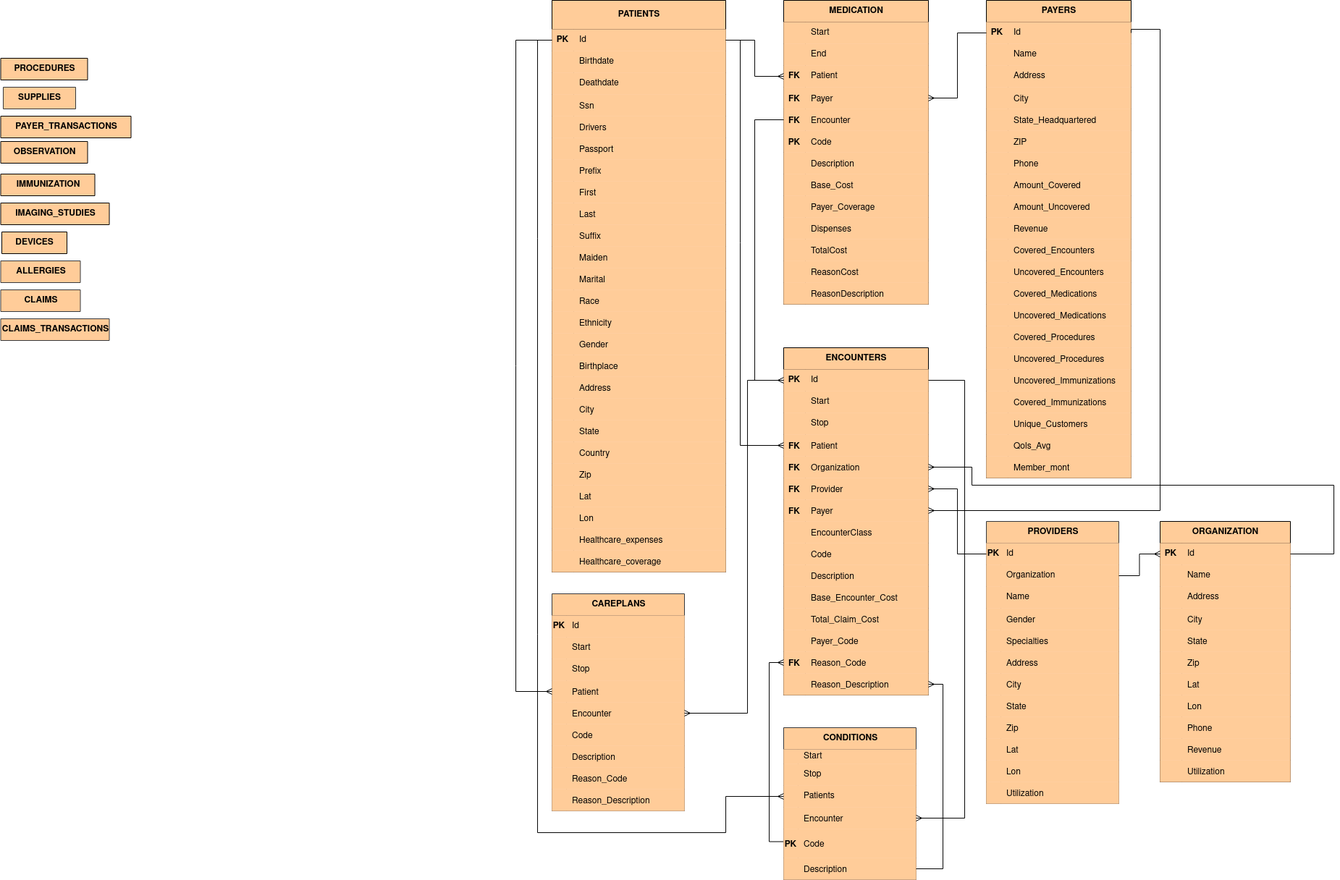
Above: BigDataProject.drawio.png in UtsuroNoArashi/BigDataProject (draw.io), before the change. Source tidied: cells renumbered, new cells last; positions are measured from the earlier drawing's top-left corner, leaving out a move shared by most shapes.
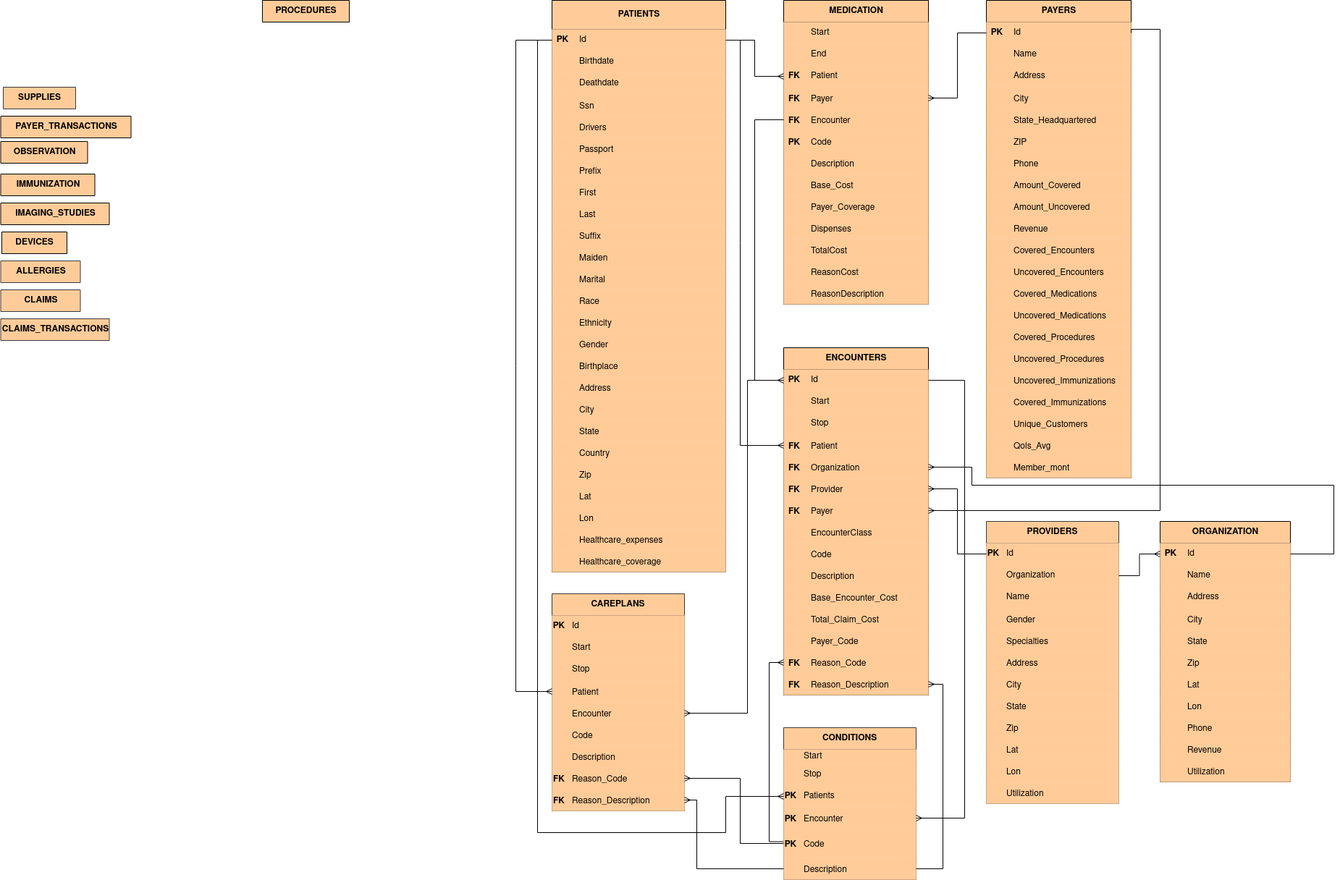
Above is the later version.

Change to the diagram source:
```diff
@@ -120,7 +120,7 @@
       <mxGeometry x="0.5" y="360" width="110" height="30" as="geometry" />
     </mxCell>
     <mxCell id="41" value="&lt;div&gt;PROCEDURES&lt;/div&gt;" style="shape=table;startSize=30;rowLines=0;fontStyle=1;align=center;html=1;fillColor=light-dark(#FFCC99,#B98351);strokeColor=default;fontColor=light-dark(#000000,#000000);" parent="1" vertex="1" collapsed="1">
-      <mxGeometry x="0.5" y="80" width="120" height="30" as="geometry" />
+      <mxGeometry x="362" width="120" height="30" as="geometry" />
     </mxCell>
     <mxCell id="42" value="CAREPLANS" style="shape=table;startSize=30;rowLines=0;fontStyle=1;align=center;html=1;fillColor=light-dark(#FFCC99,#B98351);strokeColor=light-dark(#36393D,#DDE2E4);fontColor=light-dark(#000000,#000000);" parent="1" vertex="1">
       <mxGeometry x="762" y="820" width="183" height="300" as="geometry" />
@@ -191,7 +191,7 @@
     <mxCell id="64" style="shape=tableRow;horizontal=0;startSize=0;swimlaneHead=0;swimlaneBody=0;fillColor=light-dark(#FFCC99,#B98351);points=[[0,0.5],[1,0.5]];portConstraint=eastwest;top=0;left=0;right=0;bottom=0;fontColor=light-dark(#000000,#000000);" parent="42" vertex="1">
       <mxGeometry y="240" width="183" height="30" as="geometry" />
     </mxCell>
-    <mxCell id="65" style="shape=partialRectangle;fillColor=light-dark(#FFCC99,#B98351);top=0;left=0;bottom=0;right=0;overflow=hidden;fontColor=light-dark(#000000,#000000);" parent="64" vertex="1">
+    <mxCell id="65" value="FK" style="shape=partialRectangle;fillColor=light-dark(#FFCC99,#B98351);top=0;left=0;bottom=0;right=0;overflow=hidden;fontColor=light-dark(#000000,#000000);fontStyle=1;" parent="64" vertex="1">
       <mxGeometry width="20" height="30" as="geometry" />
     </mxCell>
     <mxCell id="66" value="Reason_Code" style="shape=partialRectangle;fillColor=light-dark(#FFCC99,#B98351);top=0;left=0;bottom=0;right=0;align=left;spacingLeft=6;overflow=hidden;fontColor=light-dark(#000000,#000000);" parent="64" vertex="1">
@@ -200,7 +200,7 @@
     <mxCell id="67" style="shape=tableRow;horizontal=0;startSize=0;swimlaneHead=0;swimlaneBody=0;fillColor=light-dark(#FFCC99,#B98351);points=[[0,0.5],[1,0.5]];portConstraint=eastwest;top=0;left=0;right=0;bottom=0;fontColor=light-dark(#000000,#000000);" parent="42" vertex="1">
       <mxGeometry y="270" width="183" height="30" as="geometry" />
     </mxCell>
-    <mxCell id="68" style="shape=partialRectangle;fillColor=light-dark(#FFCC99,#B98351);top=0;left=0;bottom=0;right=0;overflow=hidden;fontColor=light-dark(#000000,#000000);" parent="67" vertex="1">
+    <mxCell id="68" value="FK" style="shape=partialRectangle;fillColor=light-dark(#FFCC99,#B98351);top=0;left=0;bottom=0;right=0;overflow=hidden;fontColor=light-dark(#000000,#000000);fontStyle=1;" parent="67" vertex="1">
       <mxGeometry width="20" height="30" as="geometry" />
     </mxCell>
     <mxCell id="69" value="Reason_Description" style="shape=partialRectangle;fillColor=light-dark(#FFCC99,#B98351);top=0;left=0;bottom=0;right=0;align=left;spacingLeft=6;overflow=hidden;fontColor=light-dark(#000000,#000000);" parent="67" vertex="1">
@@ -998,7 +998,7 @@
     <mxCell id="333" style="shape=tableRow;horizontal=0;startSize=0;swimlaneHead=0;swimlaneBody=0;fillColor=light-dark(#FFCC99,#B98351);points=[[0,0.5],[1,0.5]];portConstraint=eastwest;top=0;left=0;right=0;bottom=0;fontColor=light-dark(#000000,#000000);" parent="290" vertex="1">
       <mxGeometry y="450" width="200" height="30" as="geometry" />
     </mxCell>
-    <mxCell id="334" style="shape=partialRectangle;fillColor=light-dark(#FFCC99,#B98351);top=0;left=0;bottom=0;right=0;overflow=hidden;fontColor=light-dark(#000000,#000000);" parent="333" vertex="1">
+    <mxCell id="334" value="FK" style="shape=partialRectangle;fillColor=light-dark(#FFCC99,#B98351);top=0;left=0;bottom=0;right=0;overflow=hidden;fontColor=light-dark(#000000,#000000);fontStyle=1;" parent="333" vertex="1">
       <mxGeometry width="30" height="30" as="geometry" />
     </mxCell>
     <mxCell id="335" value="Reason_Description" style="shape=partialRectangle;fillColor=light-dark(#FFCC99,#B98351);top=0;left=0;bottom=0;right=0;align=left;spacingLeft=6;overflow=hidden;fontColor=light-dark(#000000,#000000);" parent="333" vertex="1">
@@ -1052,7 +1052,12 @@
       <mxGeometry relative="1" as="geometry" />
     </mxCell>
     <mxCell id="344" style="edgeStyle=orthogonalEdgeStyle;rounded=0;jettySize=auto;html=1;exitX=0;exitY=0.75;exitDx=0;exitDy=0;endArrow=ERmany;endFill=0;" parent="1" edge="1" source="345" target="330">
-      <mxGeometry relative="1" as="geometry" />
+      <mxGeometry relative="1" as="geometry">
+        <Array as="points">
+          <mxPoint x="1062" y="1163" />
+          <mxPoint x="1062" y="915" />
+        </Array>
+      </mxGeometry>
     </mxCell>
     <mxCell id="345" value="CONDITIONS" style="shape=table;startSize=30;rowLines=0;fontStyle=1;align=center;html=1;fillColor=light-dark(#FFCC99,#B98351);strokeColor=light-dark(#36393D,#DDE2E4);fontColor=light-dark(#000000,#000000);" parent="1" vertex="1">
       <mxGeometry x="1082" y="1005" width="183" height="210" as="geometry" />
@@ -1078,7 +1083,7 @@
     <mxCell id="352" style="shape=tableRow;horizontal=0;startSize=0;swimlaneHead=0;swimlaneBody=0;fillColor=light-dark(#FFCC99,#B98351);points=[[0,0.5],[1,0.5]];portConstraint=eastwest;top=0;left=0;right=0;bottom=0;strokeColor=light-dark(#36393D,#DDE2E4);fontColor=light-dark(#000000,#000000);" parent="345" vertex="1">
       <mxGeometry y="80" width="183" height="30" as="geometry" />
     </mxCell>
-    <mxCell id="353" style="shape=partialRectangle;fillColor=light-dark(#FFCC99,#B98351);top=0;left=0;bottom=0;right=0;overflow=hidden;whiteSpace=wrap;html=1;strokeColor=light-dark(#36393D,#DDE2E4);fontColor=light-dark(#000000,#000000);" parent="352" vertex="1">
+    <mxCell id="353" value="&lt;b&gt;PK&lt;/b&gt;" style="shape=partialRectangle;fillColor=light-dark(#FFCC99,#B98351);top=0;left=0;bottom=0;right=0;overflow=hidden;whiteSpace=wrap;html=1;strokeColor=light-dark(#36393D,#DDE2E4);fontColor=light-dark(#000000,#000000);" parent="352" vertex="1">
       <mxGeometry width="20" height="30" as="geometry" />
     </mxCell>
     <mxCell id="354" value="Patients" style="shape=partialRectangle;fillColor=light-dark(#FFCC99,#B98351);top=0;left=0;bottom=0;right=0;align=left;spacingLeft=6;overflow=hidden;whiteSpace=wrap;html=1;strokeColor=default;fontColor=light-dark(#000000,#000000);" parent="352" vertex="1">
@@ -1087,7 +1092,7 @@
     <mxCell id="355" style="shape=tableRow;horizontal=0;startSize=0;swimlaneHead=0;swimlaneBody=0;fillColor=light-dark(#FFCC99,#B98351);points=[[0,0.5],[1,0.5]];portConstraint=eastwest;top=0;left=0;right=0;bottom=0;strokeColor=light-dark(#36393D,#DDE2E4);fontColor=light-dark(#000000,#000000);" parent="345" vertex="1">
       <mxGeometry y="110" width="183" height="30" as="geometry" />
     </mxCell>
-    <mxCell id="356" style="shape=partialRectangle;fillColor=light-dark(#FFCC99,#B98351);top=0;left=0;bottom=0;right=0;overflow=hidden;strokeColor=light-dark(#36393D,#DDE2E4);fontColor=light-dark(#000000,#000000);" parent="355" vertex="1">
+    <mxCell id="356" value="PK" style="shape=partialRectangle;fillColor=light-dark(#FFCC99,#B98351);top=0;left=0;bottom=0;right=0;overflow=hidden;strokeColor=light-dark(#36393D,#DDE2E4);fontColor=light-dark(#000000,#000000);fontStyle=1;" parent="355" vertex="1">
       <mxGeometry width="20" height="30" as="geometry" />
     </mxCell>
     <mxCell id="357" value="Encounter" style="shape=partialRectangle;fillColor=light-dark(#FFCC99,#B98351);top=0;left=0;bottom=0;right=0;align=left;spacingLeft=6;overflow=hidden;strokeColor=default;fontColor=light-dark(#000000,#000000);" parent="355" vertex="1">
@@ -1151,5 +1156,21 @@
         </Array>
       </mxGeometry>
     </mxCell>
+    <mxCell id="370" style="edgeStyle=orthogonalEdgeStyle;rounded=0;jettySize=auto;html=1;exitX=1;exitY=0.5;exitDx=0;exitDy=0;entryX=0;entryY=0.5;entryDx=0;entryDy=0;endArrow=none;startFill=0;startArrow=ERmany;" parent="1" edge="1" source="64" target="358">
+      <mxGeometry relative="1" as="geometry">
+        <Array as="points">
+          <mxPoint x="1022" y="1075" />
+          <mxPoint x="1022" y="1165" />
+        </Array>
+      </mxGeometry>
+    </mxCell>
+    <mxCell id="371" style="edgeStyle=orthogonalEdgeStyle;rounded=0;jettySize=auto;html=1;exitX=1;exitY=0.5;exitDx=0;exitDy=0;entryX=0;entryY=0.5;entryDx=0;entryDy=0;endArrow=none;startFill=0;startArrow=ERmany;" parent="1" edge="1" source="67" target="361">
+      <mxGeometry relative="1" as="geometry">
+        <Array as="points">
+          <mxPoint x="962" y="1105" />
+          <mxPoint x="962" y="1200" />
+        </Array>
+      </mxGeometry>
+    </mxCell>
   </root>
 </mxGraphModel>
```
